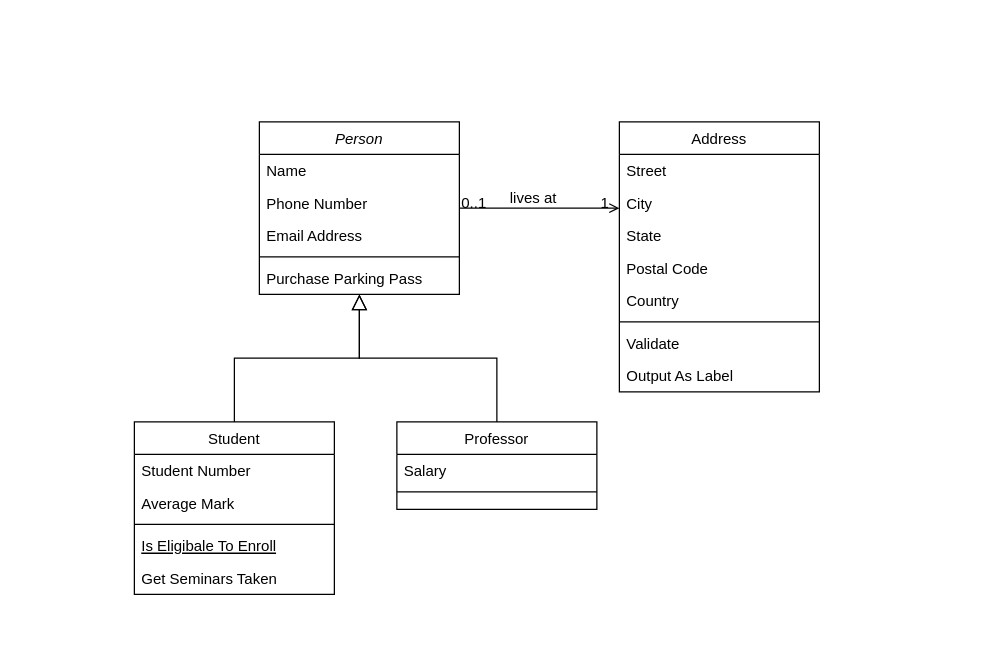
Before: Documents/Diagrams/Class Diagram.drawio in duyphuong403/PetCare, a draw.io diagram. Source tidied: cells renumbered, new cells numbered last; positions are measured from the earlier drawing's top-left corner, leaving out a move shared by most shapes. Both pictures are drawn from the tidied source at 125%, with x=0, y=0 at pixel (134, 121).
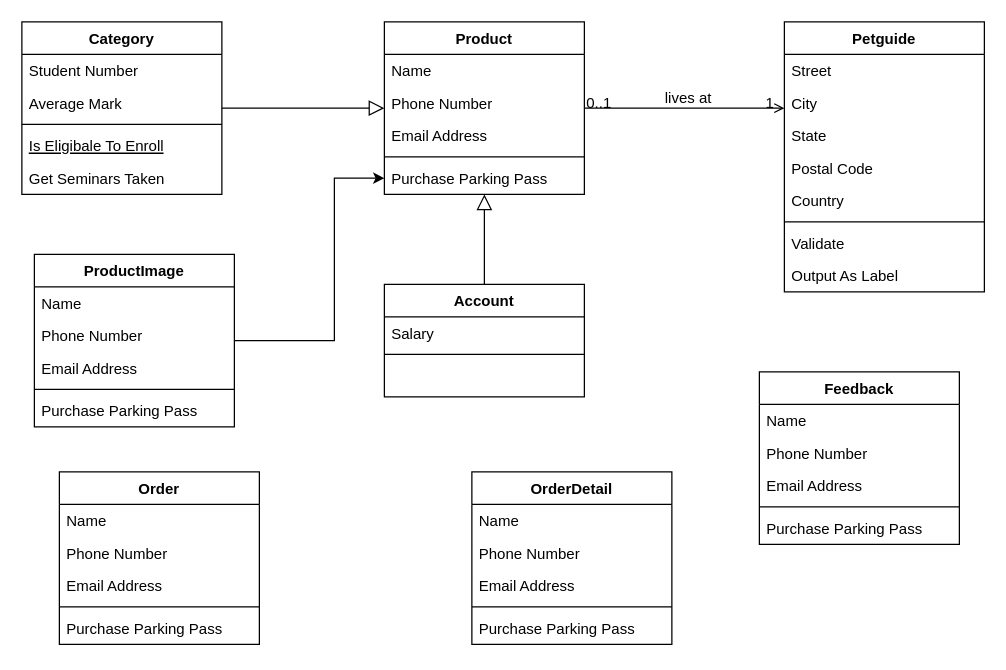
Above is the later version.

Unchanged cells that the change refers to:
```xml
<mxCell id="7" value="Purchase Parking Pass" style="text;align=left;verticalAlign=top;spacingLeft=4;spacingRight=4;overflow=hidden;points=[[0,0.5],[1,0.5]];portConstraint=eastwest;" parent="2" vertex="1">
  <mxGeometry y="112" width="160" height="26" as="geometry" />
</mxCell>
```

What changed in the source:
```diff
@@
-    <mxCell id="2" value="Person" style="swimlane;fontStyle=2;align=center;verticalAlign=top;horizontal=1;startSize=26;rounded=0;shadow=0;strokeWidth=1;" parent="1" vertex="1">
-      <mxGeometry x="100" width="160" height="138" as="geometry" />
+    <mxCell id="2" value="Product" style="swimlane;fontStyle=1;align=center;verticalAlign=top;horizontal=1;startSize=26;rounded=0;shadow=0;strokeWidth=1;" parent="1" vertex="1">
+      <mxGeometry x="200" y="-80" width="160" height="138" as="geometry" />
     </mxCell>
@@
-    <mxCell id="8" value="Student" style="swimlane;fontStyle=0;align=center;verticalAlign=top;horizontal=1;startSize=26;rounded=0;shadow=0;strokeWidth=1;" parent="1" vertex="1">
-      <mxGeometry y="240" width="160" height="138" as="geometry" />
+    <mxCell id="8" value="Category" style="swimlane;fontStyle=1;align=center;verticalAlign=top;horizontal=1;startSize=26;rounded=0;shadow=0;strokeWidth=1;" parent="1" vertex="1">
+      <mxGeometry x="-90" y="-80" width="160" height="138" as="geometry" />
     </mxCell>
@@
-    <mxCell id="15" value="Professor" style="swimlane;fontStyle=0;align=center;verticalAlign=top;horizontal=1;startSize=26;rounded=0;shadow=0;strokeWidth=1;" parent="1" vertex="1">
-      <mxGeometry x="210" y="240" width="160" height="70" as="geometry" />
+    <mxCell id="15" value="Account" style="swimlane;fontStyle=1;align=center;verticalAlign=top;horizontal=1;startSize=26;rounded=0;shadow=0;strokeWidth=1;" parent="1" vertex="1">
+      <mxGeometry x="200" y="130" width="160" height="90" as="geometry" />
     </mxCell>
@@
-    <mxCell id="19" value="Address" style="swimlane;fontStyle=0;align=center;verticalAlign=top;horizontal=1;startSize=26;rounded=0;shadow=0;strokeWidth=1;" parent="1" vertex="1">
-      <mxGeometry x="388" width="160" height="216" as="geometry" />
+    <mxCell id="19" value="Petguide" style="swimlane;fontStyle=1;align=center;verticalAlign=top;horizontal=1;startSize=26;rounded=0;shadow=0;strokeWidth=1;" parent="1" vertex="1">
+      <mxGeometry x="520" y="-80" width="160" height="216" as="geometry" />
     </mxCell>
@@
+    <mxCell id="32" value="Order" style="swimlane;fontStyle=1;align=center;verticalAlign=top;horizontal=1;startSize=26;rounded=0;shadow=0;strokeWidth=1;" parent="1" vertex="1">
+      <mxGeometry x="-60" y="280" width="160" height="138" as="geometry" />
+    </mxCell>
+    <mxCell id="33" value="Name" style="text;align=left;verticalAlign=top;spacingLeft=4;spacingRight=4;overflow=hidden;" parent="32" vertex="1">
+      <mxGeometry y="26" width="160" height="26" as="geometry" />
+    </mxCell>
+    <mxCell id="34" value="Phone Number" style="text;align=left;verticalAlign=top;spacingLeft=4;spacingRight=4;overflow=hidden;rounded=0;shadow=0;html=0;" parent="32" vertex="1">
+      <mxGeometry y="52" width="160" height="26" as="geometry" />
+    </mxCell>
+    <mxCell id="35" value="Email Address" style="text;align=left;verticalAlign=top;spacingLeft=4;spacingRight=4;overflow=hidden;rounded=0;shadow=0;html=0;" parent="32" vertex="1">
+      <mxGeometry y="78" width="160" height="26" as="geometry" />
+    </mxCell>
+    <mxCell id="36" style="line;html=1;strokeWidth=1;align=left;verticalAlign=middle;spacingTop=-1;spacingLeft=3;spacingRight=3;labelPosition=right;" parent="32" vertex="1">
+      <mxGeometry y="104" width="160" height="8" as="geometry" />
+    </mxCell>
+    <mxCell id="37" value="Purchase Parking Pass" style="text;align=left;verticalAlign=top;spacingLeft=4;spacingRight=4;overflow=hidden;" parent="32" vertex="1">
+      <mxGeometry y="112" width="160" height="26" as="geometry" />
+    </mxCell>
+    <mxCell id="38" value="Feedback" style="swimlane;fontStyle=1;align=center;verticalAlign=top;horizontal=1;startSize=26;rounded=0;shadow=0;strokeWidth=1;" parent="1" vertex="1">
+      <mxGeometry x="500" y="200" width="160" height="138" as="geometry" />
+    </mxCell>
+    <mxCell id="39" value="Name" style="text;align=left;verticalAlign=top;spacingLeft=4;spacingRight=4;overflow=hidden;" parent="38" vertex="1">
+      <mxGeometry y="26" width="160" height="26" as="geometry" />
+    </mxCell>
+    <mxCell id="40" value="Phone Number" style="text;align=left;verticalAlign=top;spacingLeft=4;spacingRight=4;overflow=hidden;rounded=0;shadow=0;html=0;" parent="38" vertex="1">
+      <mxGeometry y="52" width="160" height="26" as="geometry" />
+    </mxCell>
+    <mxCell id="41" value="Email Address" style="text;align=left;verticalAlign=top;spacingLeft=4;spacingRight=4;overflow=hidden;rounded=0;shadow=0;html=0;" parent="38" vertex="1">
+      <mxGeometry y="78" width="160" height="26" as="geometry" />
+    </mxCell>
+    <mxCell id="42" style="line;html=1;strokeWidth=1;align=left;verticalAlign=middle;spacingTop=-1;spacingLeft=3;spacingRight=3;labelPosition=right;" parent="38" vertex="1">
+      <mxGeometry y="104" width="160" height="8" as="geometry" />
+    </mxCell>
+    <mxCell id="43" value="Purchase Parking Pass" style="text;align=left;verticalAlign=top;spacingLeft=4;spacingRight=4;overflow=hidden;" parent="38" vertex="1">
+      <mxGeometry y="112" width="160" height="26" as="geometry" />
+    </mxCell>
+    <mxCell id="44" value="OrderDetail" style="swimlane;fontStyle=1;align=center;verticalAlign=top;horizontal=1;startSize=26;rounded=0;shadow=0;strokeWidth=1;" parent="1" vertex="1">
+      <mxGeometry x="270" y="280" width="160" height="138" as="geometry" />
+    </mxCell>
+    <mxCell id="45" value="Name" style="text;align=left;verticalAlign=top;spacingLeft=4;spacingRight=4;overflow=hidden;" parent="44" vertex="1">
+      <mxGeometry y="26" width="160" height="26" as="geometry" />
+    </mxCell>
+    <mxCell id="46" value="Phone Number" style="text;align=left;verticalAlign=top;spacingLeft=4;spacingRight=4;overflow=hidden;rounded=0;shadow=0;html=0;" parent="44" vertex="1">
+      <mxGeometry y="52" width="160" height="26" as="geometry" />
+    </mxCell>
+    <mxCell id="47" value="Email Address" style="text;align=left;verticalAlign=top;spacingLeft=4;spacingRight=4;overflow=hidden;rounded=0;shadow=0;html=0;" parent="44" vertex="1">
+      <mxGeometry y="78" width="160" height="26" as="geometry" />
+    </mxCell>
+    <mxCell id="48" style="line;html=1;strokeWidth=1;align=left;verticalAlign=middle;spacingTop=-1;spacingLeft=3;spacingRight=3;labelPosition=right;" parent="44" vertex="1">
+      <mxGeometry y="104" width="160" height="8" as="geometry" />
+    </mxCell>
+    <mxCell id="49" value="Purchase Parking Pass" style="text;align=left;verticalAlign=top;spacingLeft=4;spacingRight=4;overflow=hidden;" parent="44" vertex="1">
+      <mxGeometry y="112" width="160" height="26" as="geometry" />
+    </mxCell>
+    <mxCell id="50" style="edgeStyle=orthogonalEdgeStyle;rounded=0;jettySize=auto;html=1;entryX=0;entryY=0.5;entryDx=0;entryDy=0;labelBackgroundColor=#000000;fontColor=#080808;" parent="1" edge="1" source="51" target="7">
+      <mxGeometry relative="1" as="geometry">
+        <Array as="points">
+          <mxPoint x="160" y="175" />
+          <mxPoint x="160" y="45" />
+        </Array>
+      </mxGeometry>
+    </mxCell>
+    <mxCell id="51" value="ProductImage" style="swimlane;fontStyle=1;align=center;verticalAlign=top;horizontal=1;startSize=26;rounded=0;shadow=0;strokeWidth=1;" parent="1" vertex="1">
+      <mxGeometry x="-80" y="106" width="160" height="138" as="geometry" />
+    </mxCell>
+    <mxCell id="52" value="Name" style="text;align=left;verticalAlign=top;spacingLeft=4;spacingRight=4;overflow=hidden;" parent="51" vertex="1">
+      <mxGeometry y="26" width="160" height="26" as="geometry" />
+    </mxCell>
+    <mxCell id="53" value="Phone Number" style="text;align=left;verticalAlign=top;spacingLeft=4;spacingRight=4;overflow=hidden;rounded=0;shadow=0;html=0;" parent="51" vertex="1">
+      <mxGeometry y="52" width="160" height="26" as="geometry" />
+    </mxCell>
+    <mxCell id="54" value="Email Address" style="text;align=left;verticalAlign=top;spacingLeft=4;spacingRight=4;overflow=hidden;rounded=0;shadow=0;html=0;" parent="51" vertex="1">
+      <mxGeometry y="78" width="160" height="26" as="geometry" />
+    </mxCell>
+    <mxCell id="55" style="line;html=1;strokeWidth=1;align=left;verticalAlign=middle;spacingTop=-1;spacingLeft=3;spacingRight=3;labelPosition=right;" parent="51" vertex="1">
+      <mxGeometry y="104" width="160" height="8" as="geometry" />
+    </mxCell>
+    <mxCell id="56" value="Purchase Parking Pass" style="text;align=left;verticalAlign=top;spacingLeft=4;spacingRight=4;overflow=hidden;" parent="51" vertex="1">
+      <mxGeometry y="112" width="160" height="26" as="geometry" />
+    </mxCell>
```
